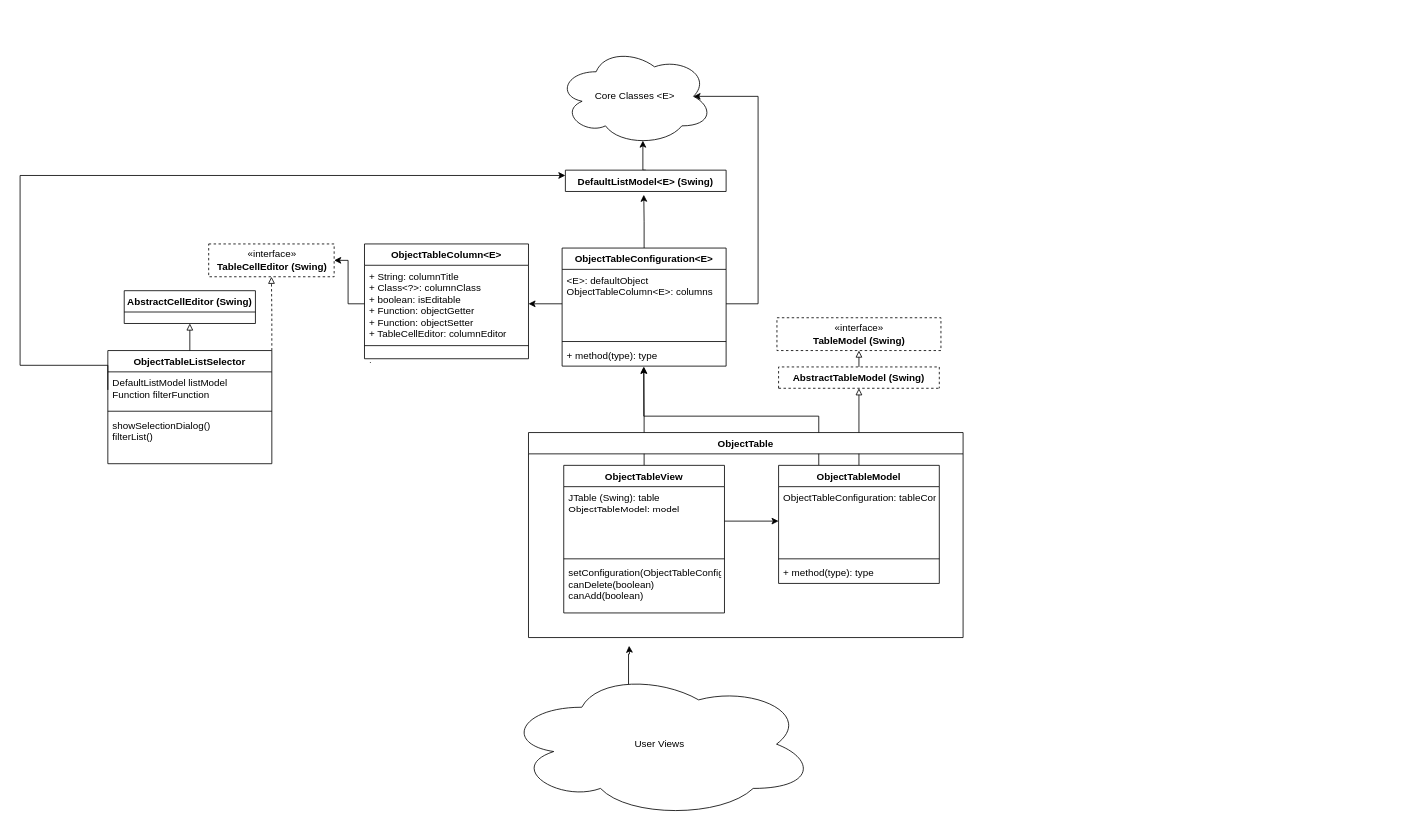
Before: documentation/TableMVC.drawio in big-dill/se-group-project, a draw.io diagram. Source tidied: cells renumbered, new cells numbered last; positions are measured from the earlier drawing's top-left corner, leaving out a move shared by most shapes. Both pictures are drawn from the tidied source at 82%, with x=0, y=0 at pixel (20, 47).
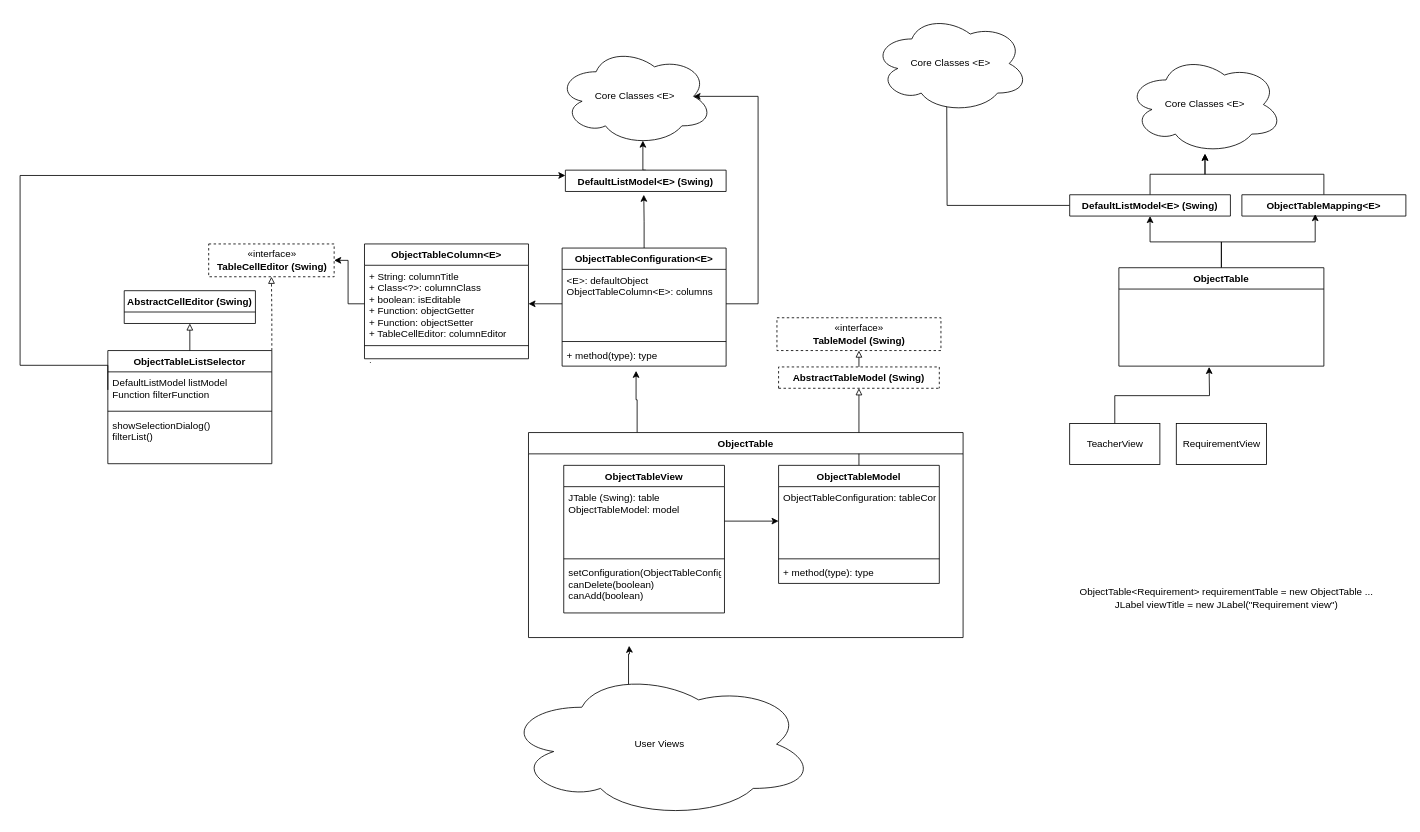
Above is the later version.

The change refers to these unchanged cells:
```xml
<mxCell id="13" value="+ method(type): type" style="text;strokeColor=none;fillColor=none;align=left;verticalAlign=top;spacingLeft=4;spacingRight=4;overflow=hidden;points=[[0,0.5],[1,0.5]];portConstraint=eastwest;" parent="10" vertex="1">
  <mxGeometry y="118" width="200" height="26" as="geometry" />
</mxCell>
<mxCell id="19" value="ObjectTableModel" style="swimlane;fontStyle=1;align=center;verticalAlign=top;horizontal=1;startSize=26;" parent="1" vertex="1">
  <mxGeometry x="925" y="510" width="196" height="144" as="geometry" />
</mxCell>
<mxCell id="24" value="ObjectTableView" style="swimlane;fontStyle=1;align=center;verticalAlign=top;horizontal=1;startSize=26;" parent="1" vertex="1">
  <mxGeometry x="663" y="510" width="196" height="180" as="geometry" />
</mxCell>
<mxCell id="41" value="ObjectTable" style="swimlane;fontStyle=1;horizontal=1;startSize=26;fillColor=#ffffff;" parent="1" vertex="1">
  <mxGeometry x="620" y="470" width="530" height="250" as="geometry" />
</mxCell>
```

What changed in the source:
```diff
@@
-    <mxCell id="18" style="edgeStyle=orthogonalEdgeStyle;rounded=0;jettySize=auto;html=1;exitX=0.25;exitY=0;exitDx=0;exitDy=0;entryX=0.498;entryY=1.029;entryDx=0;entryDy=0;entryPerimeter=0;startArrow=none;startFill=0;endArrow=classic;endFill=1;" parent="1" edge="1" source="19" target="13">
-      <mxGeometry relative="1" as="geometry">
-        <Array as="points">
-          <mxPoint x="974" y="450" />
-          <mxPoint x="761" y="450" />
-        </Array>
-      </mxGeometry>
-    </mxCell>
@@
-    <mxCell id="23" style="edgeStyle=orthogonalEdgeStyle;rounded=0;jettySize=auto;html=1;exitX=0.5;exitY=0;exitDx=0;exitDy=0;entryX=0.498;entryY=1.029;entryDx=0;entryDy=0;entryPerimeter=0;startArrow=none;startFill=0;endArrow=classic;endFill=1;" parent="1" edge="1" source="24" target="13">
-      <mxGeometry relative="1" as="geometry" />
-    </mxCell>
@@
+    <mxCell id="45" style="edgeStyle=orthogonalEdgeStyle;rounded=0;jettySize=auto;html=1;exitX=0.25;exitY=0;exitDx=0;exitDy=0;entryX=0.451;entryY=1.22;entryDx=0;entryDy=0;entryPerimeter=0;startArrow=none;startFill=0;endArrow=classic;endFill=1;" parent="1" edge="1" source="41" target="13">
+      <mxGeometry relative="1" as="geometry">
+        <Array as="points">
+          <mxPoint x="753" y="430" />
+          <mxPoint x="751" y="430" />
+        </Array>
+      </mxGeometry>
+    </mxCell>
@@
+    <mxCell id="46" value="Core Classes &amp;lt;E&amp;gt;" style="ellipse;shape=cloud;whiteSpace=wrap;html=1;" parent="1" vertex="1">
+      <mxGeometry x="1350" y="10" width="190" height="120" as="geometry" />
+    </mxCell>
+    <mxCell id="47" style="edgeStyle=orthogonalEdgeStyle;rounded=0;jettySize=auto;html=1;exitX=0.5;exitY=0;exitDx=0;exitDy=0;startArrow=none;startFill=0;endArrow=classic;endFill=1;" parent="1" edge="1" source="49" target="46">
+      <mxGeometry relative="1" as="geometry" />
+    </mxCell>
+    <mxCell id="48" style="edgeStyle=orthogonalEdgeStyle;rounded=0;jettySize=auto;html=1;exitX=0;exitY=0.5;exitDx=0;exitDy=0;startArrow=none;startFill=0;endArrow=classic;endFill=1;" parent="1" edge="1" source="49">
+      <mxGeometry relative="1" as="geometry">
+        <mxPoint x="1130" y="50" as="targetPoint" />
+      </mxGeometry>
+    </mxCell>
+    <mxCell id="49" value="DefaultListModel&lt;E&gt; (Swing)" style="swimlane;fontStyle=1;align=center;verticalAlign=top;horizontal=1;startSize=26;" parent="1" vertex="1" collapsed="1">
+      <mxGeometry x="1280" y="180" width="196" height="26" as="geometry" />
+    </mxCell>
+    <mxCell id="50" style="edgeStyle=orthogonalEdgeStyle;rounded=0;jettySize=auto;html=1;exitX=0.5;exitY=0;exitDx=0;exitDy=0;startArrow=none;startFill=0;endArrow=classic;endFill=1;" parent="1" edge="1" source="51" target="46">
+      <mxGeometry relative="1" as="geometry" />
+    </mxCell>
+    <mxCell id="51" value="ObjectTableMapping&lt;E&gt;" style="swimlane;fontStyle=1;align=center;verticalAlign=top;horizontal=1;startSize=26;" parent="1" vertex="1" collapsed="1">
+      <mxGeometry x="1490" y="180" width="200" height="26" as="geometry" />
+    </mxCell>
+    <mxCell id="52" style="edgeStyle=orthogonalEdgeStyle;rounded=0;jettySize=auto;html=1;exitX=0.5;exitY=0;exitDx=0;exitDy=0;entryX=0.447;entryY=0.91;entryDx=0;entryDy=0;entryPerimeter=0;startArrow=none;startFill=0;endArrow=classic;endFill=1;" parent="1" edge="1" source="54" target="51">
+      <mxGeometry relative="1" as="geometry" />
+    </mxCell>
+    <mxCell id="53" style="edgeStyle=orthogonalEdgeStyle;rounded=0;jettySize=auto;html=1;exitX=0.5;exitY=0;exitDx=0;exitDy=0;entryX=0.5;entryY=1;entryDx=0;entryDy=0;startArrow=none;startFill=0;endArrow=classic;endFill=1;" parent="1" edge="1" source="54" target="49">
+      <mxGeometry relative="1" as="geometry" />
+    </mxCell>
+    <mxCell id="54" value="ObjectTable" style="swimlane;fontStyle=1;horizontal=1;startSize=26;fillColor=#ffffff;" parent="1" vertex="1">
+      <mxGeometry x="1340" y="269" width="250" height="120" as="geometry" />
+    </mxCell>
+    <mxCell id="55" style="edgeStyle=orthogonalEdgeStyle;rounded=0;orthogonalLoop=1;jettySize=auto;html=1;exitX=0.5;exitY=1;exitDx=0;exitDy=0;startArrow=none;startFill=0;endArrow=classic;endFill=1;" parent="1" edge="1" source="51" target="51">
+      <mxGeometry relative="1" as="geometry" />
+    </mxCell>
+    <mxCell id="56" style="edgeStyle=orthogonalEdgeStyle;rounded=0;jettySize=auto;html=1;exitX=0.5;exitY=0;exitDx=0;exitDy=0;startArrow=none;startFill=0;endArrow=classic;endFill=1;" parent="1" edge="1" source="57">
+      <mxGeometry relative="1" as="geometry">
+        <mxPoint x="1450" y="390" as="targetPoint" />
+      </mxGeometry>
+    </mxCell>
+    <mxCell id="57" value="TeacherView" style="html=1;fillColor=#ffffff;" parent="1" vertex="1">
+      <mxGeometry x="1280" y="459" width="110" height="50" as="geometry" />
+    </mxCell>
+    <mxCell id="58" value="RequirementView" style="html=1;fillColor=#ffffff;" parent="1" vertex="1">
+      <mxGeometry x="1410" y="459" width="110" height="50" as="geometry" />
+    </mxCell>
+    <mxCell id="59" value="ObjectTable&amp;lt;Requirement&amp;gt; requirementTable = new ObjectTable ...&lt;br&gt;JLabel viewTitle = new JLabel(&quot;Requirement view&quot;)&lt;br&gt;" style="text;html=1;align=center;verticalAlign=middle;" parent="1" vertex="1">
+      <mxGeometry x="1286" y="657" width="370" height="30" as="geometry" />
+    </mxCell>
+    <mxCell id="60" value="Core Classes &amp;lt;E&amp;gt;" style="ellipse;shape=cloud;whiteSpace=wrap;html=1;" parent="1" vertex="1">
+      <mxGeometry x="1040" y="-40" width="190" height="120" as="geometry" />
+    </mxCell>
```
